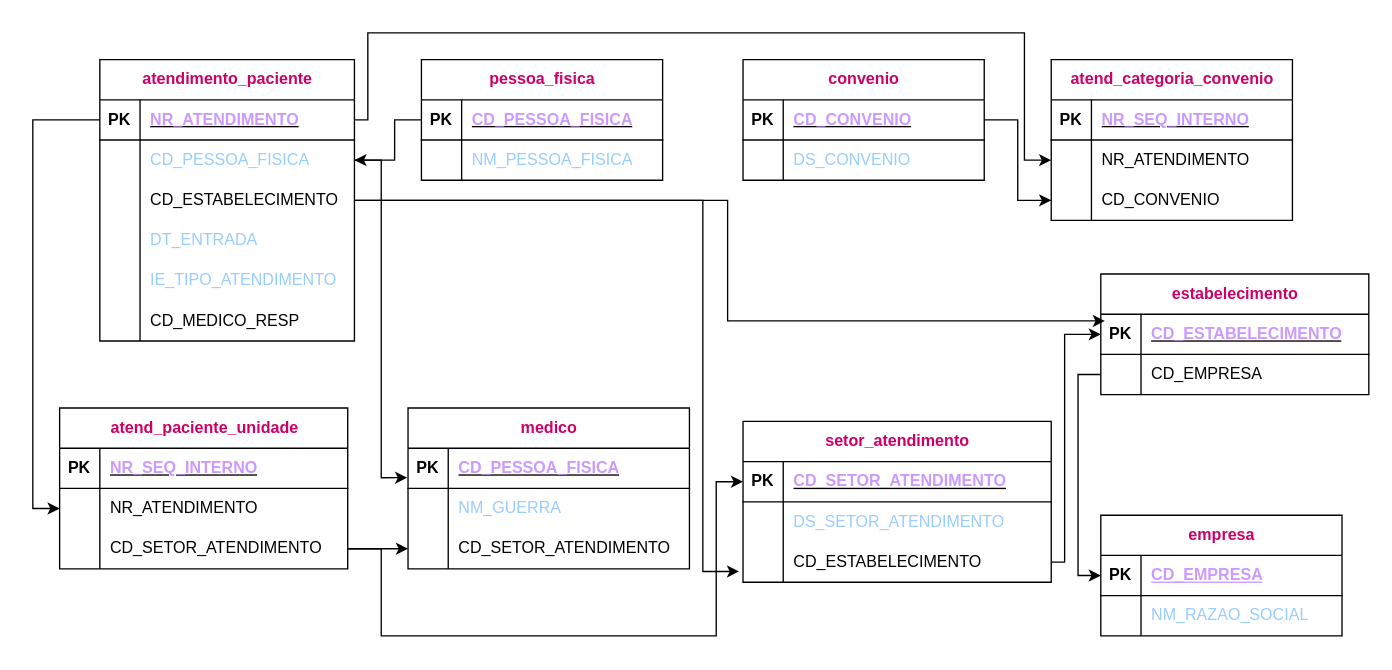
Earlier version of the draw.io diagram Exercício_10.drawio (PatriciaGavloski/diagramas.sql). Source tidied: cells renumbered, new cells numbered last; positions are measured from the earlier drawing's top-left corner, leaving out a move shared by most shapes. Both pictures are drawn from the tidied source at 134%, with x=0, y=0 at pixel (59, 32).
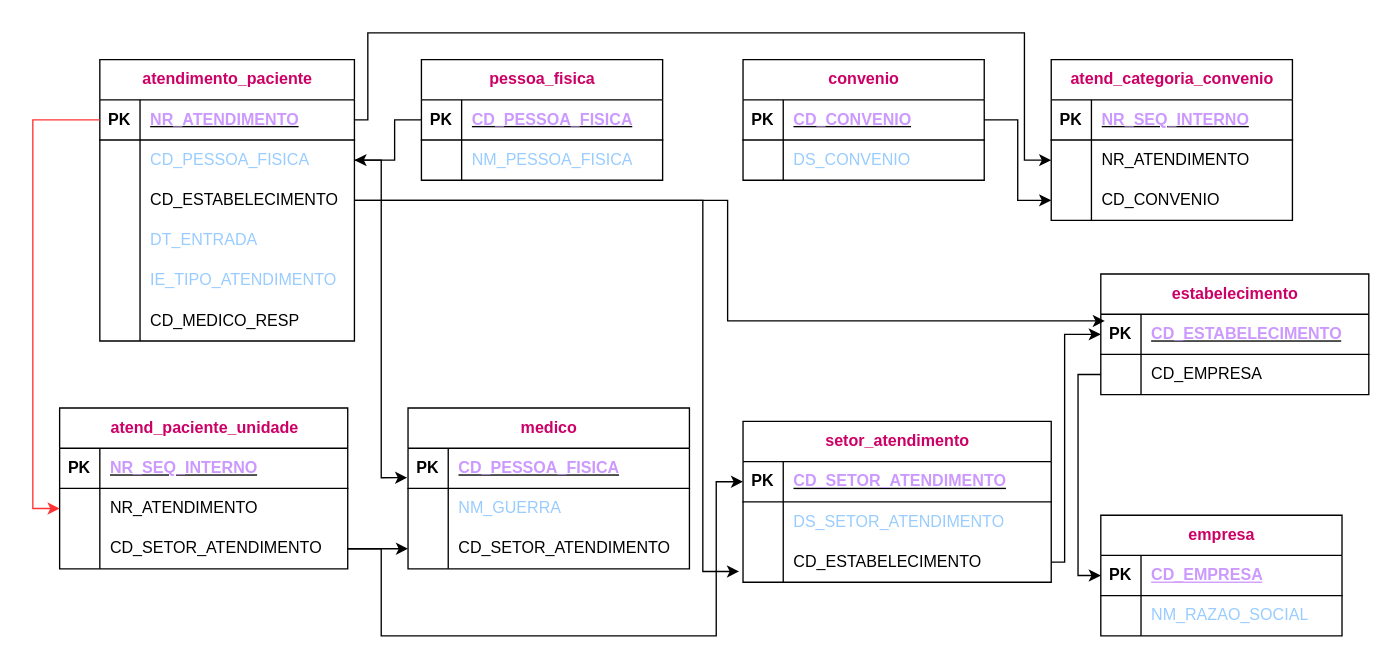
The same diagram, later.

Unchanged cells that the change refers to:
```xml
<mxCell id="3" style="shape=tableRow;horizontal=0;startSize=0;swimlaneHead=0;swimlaneBody=0;fillColor=none;points=[[0,0.5],[1,0.5]];portConstraint=eastwest;top=0;left=0;right=0;bottom=1;" parent="2" vertex="1">
  <mxGeometry y="30" width="190" height="30" as="geometry" />
</mxCell>
<mxCell id="42" style="shape=tableRow;horizontal=0;startSize=0;swimlaneHead=0;swimlaneBody=0;fillColor=none;points=[[0,0.5],[1,0.5]];portConstraint=eastwest;top=0;left=0;right=0;bottom=0;" parent="38" vertex="1">
  <mxGeometry y="60" width="215" height="30" as="geometry" />
</mxCell>
```

The edit, as a diff of the source:
```diff
@@
-    <mxCell id="77" style="edgeStyle=orthogonalEdgeStyle;rounded=0;jettySize=auto;html=1;exitX=0;exitY=0.5;exitDx=0;exitDy=0;entryX=0;entryY=0.5;entryDx=0;entryDy=0;" parent="1" edge="1" source="3" target="42">
+    <mxCell id="77" style="edgeStyle=orthogonalEdgeStyle;rounded=0;jettySize=auto;html=1;exitX=0;exitY=0.5;exitDx=0;exitDy=0;entryX=0;entryY=0.5;entryDx=0;entryDy=0;strokeColor=#FF3333;" parent="1" edge="1" source="3" target="42">
       <mxGeometry relative="1" as="geometry" />
     </mxCell>
```
